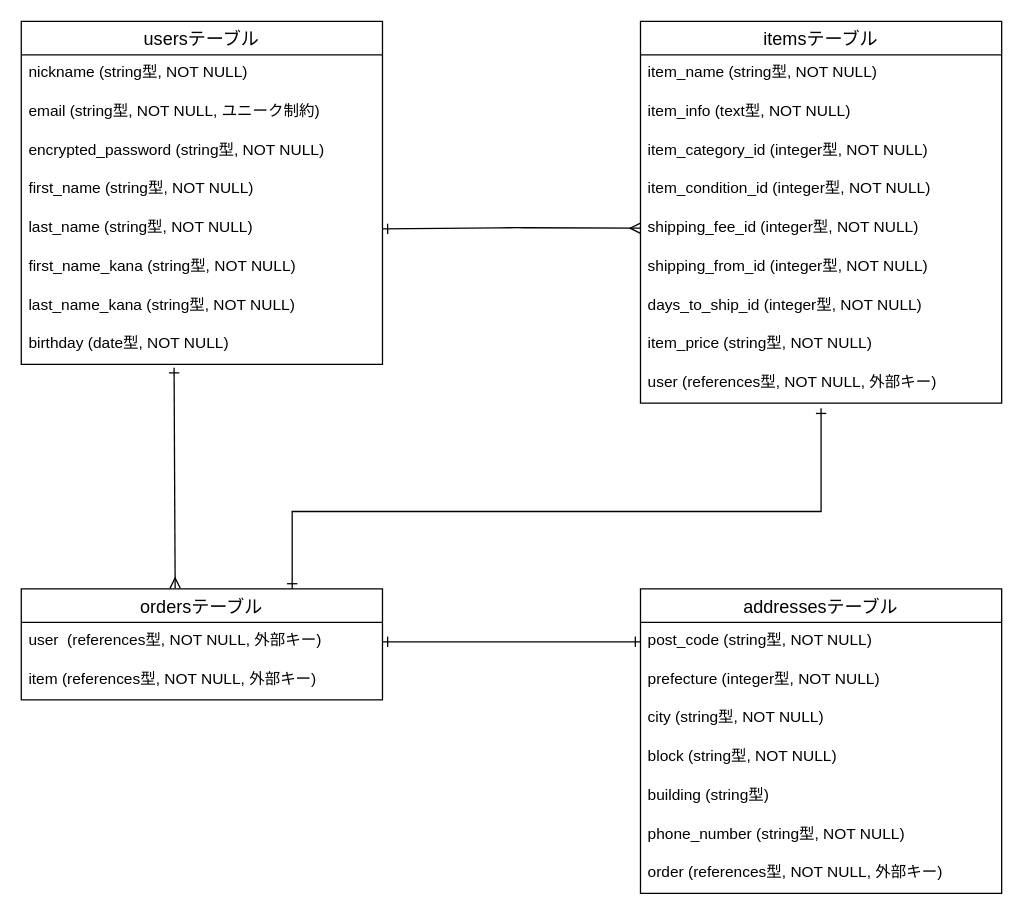
Above: furima.dio in teguchi0920/furima-38847 (draw.io), before the change. Source tidied: cells renumbered, new cells numbered last; positions are measured from the earlier drawing's top-left corner, leaving out a move shared by most shapes. Both pictures are drawn from the tidied source at 129%, with x=0, y=0 at pixel (21, 21).
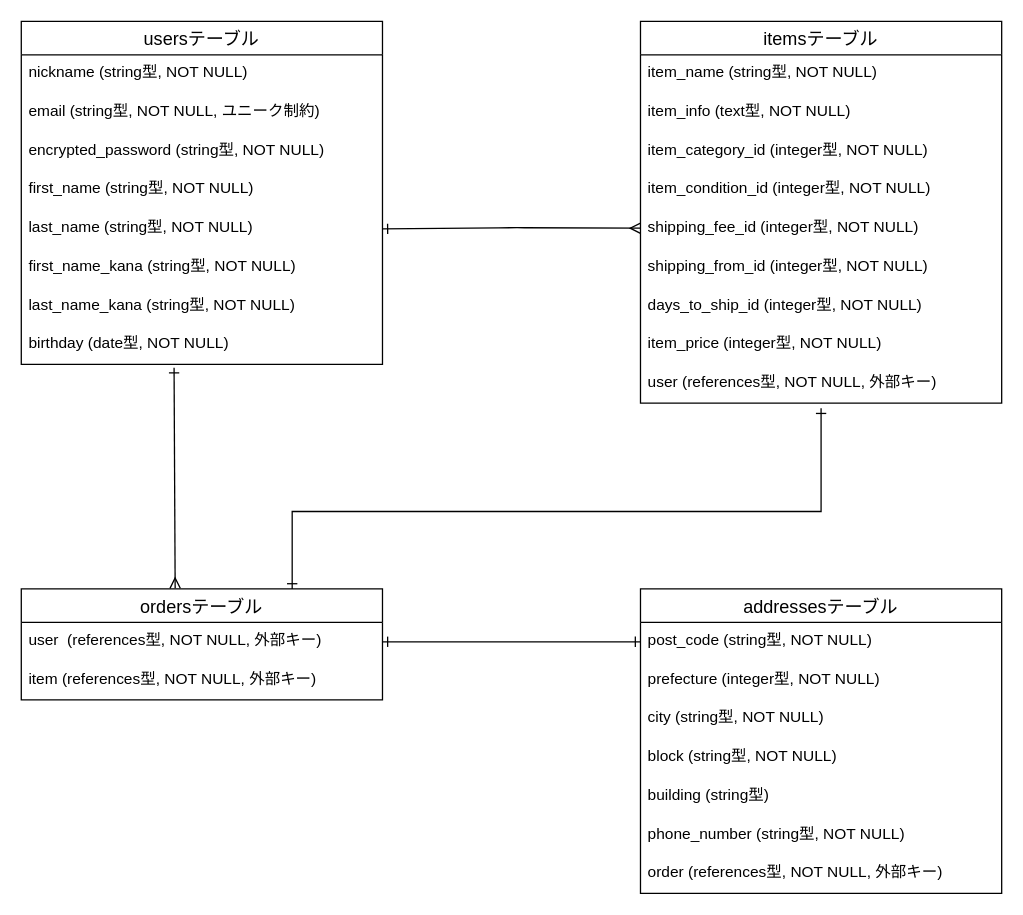
After the change.

Commit message (it also covers changes not shown here):
商品の価格のカラム型をinteger型に修正

The change refers to these unchanged cells:
```xml
<mxCell id="11" value="itemsテーブル" style="swimlane;fontStyle=0;horizontal=1;startSize=26;align=center;fontSize=14;" parent="1" vertex="1">
  <mxGeometry x="480" width="280" height="296" as="geometry" />
</mxCell>
```

The edit, as a diff of the source:
```diff
@@
-    <mxCell id="19" value="item_price (string型, NOT NULL)" style="text;strokeColor=none;fillColor=none;spacingLeft=4;spacingRight=4;overflow=hidden;fontSize=12;" parent="11" vertex="1">
+    <mxCell id="19" value="item_price (integer型, NOT NULL)" style="text;strokeColor=none;fillColor=none;spacingLeft=4;spacingRight=4;overflow=hidden;fontSize=12;" parent="11" vertex="1">
       <mxGeometry y="236" width="280" height="30" as="geometry" />
     </mxCell>
```
